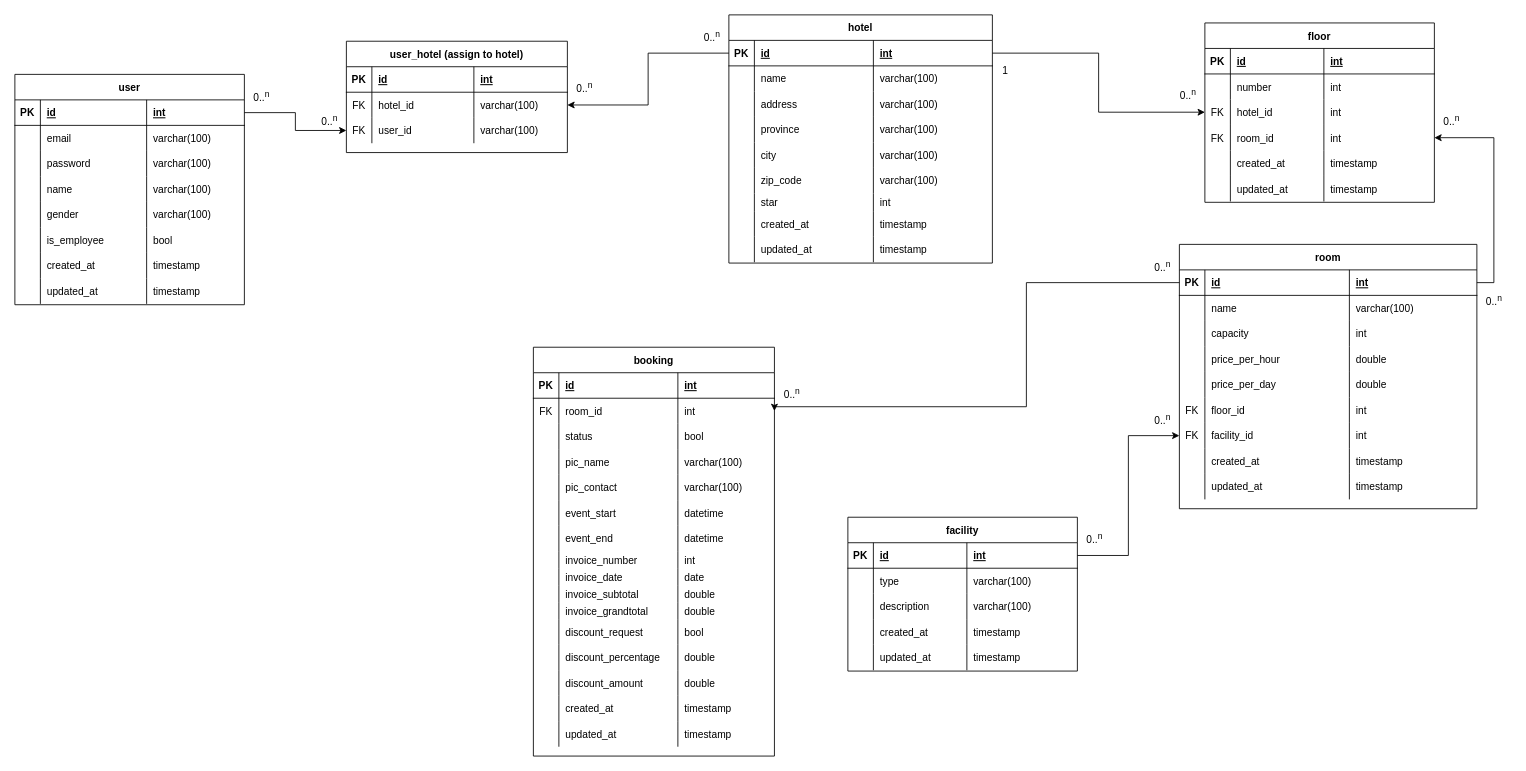
Above: page "Feature" (5 of 5) of entity_relationship_diagram/Booking_hotel.drawio in ariejanuarb/hotel_booking (draw.io), before the change. Source tidied: cells renumbered, new cells numbered last; positions are measured from the earlier drawing's top-left corner, leaving out a move shared by most shapes. Both pictures are drawn from the tidied source at 85%, with x=0, y=0 at pixel (14, 14).
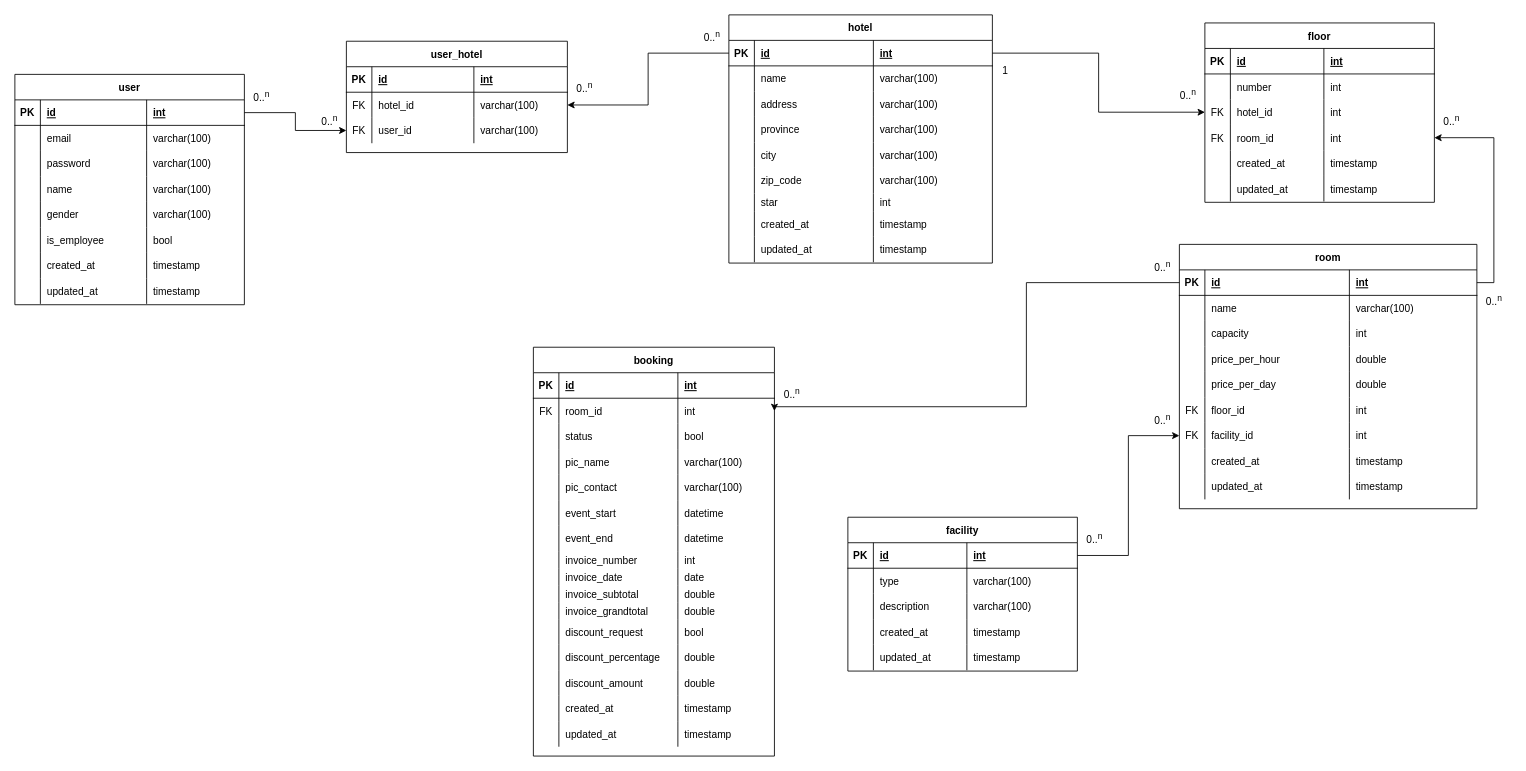
Above is the later version.

Diff of the diagram source:
```diff
@@
-    <mxCell id="234" value="user_hotel (assign to hotel)" style="shape=table;startSize=30;childLayout=tableLayout;rowLines=0;fontStyle=1;align=center;" parent="1" vertex="1">
+    <mxCell id="234" value="user_hotel" style="shape=table;startSize=30;childLayout=tableLayout;rowLines=0;fontStyle=1;align=center;" parent="1" vertex="1">
       <mxGeometry x="390" y="31" width="260" height="131" as="geometry" />
     </mxCell>
```
